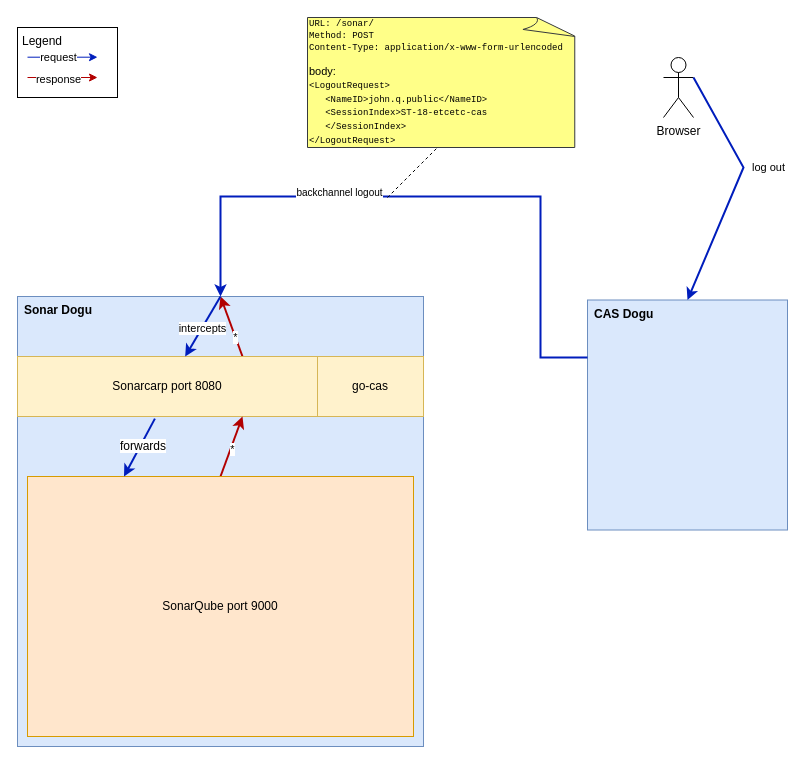
Above: docs/development/images/sonarcarp_and_sonarqube_backchannel_logout.drawio in cloudogu/sonar (draw.io), before the change. Source tidied: cells renumbered, new cells numbered last; positions are measured from the earlier drawing's top-left corner, leaving out a move shared by most shapes. Both pictures are drawn from the tidied source at 100%, with x=0, y=0 at pixel (17, 17).
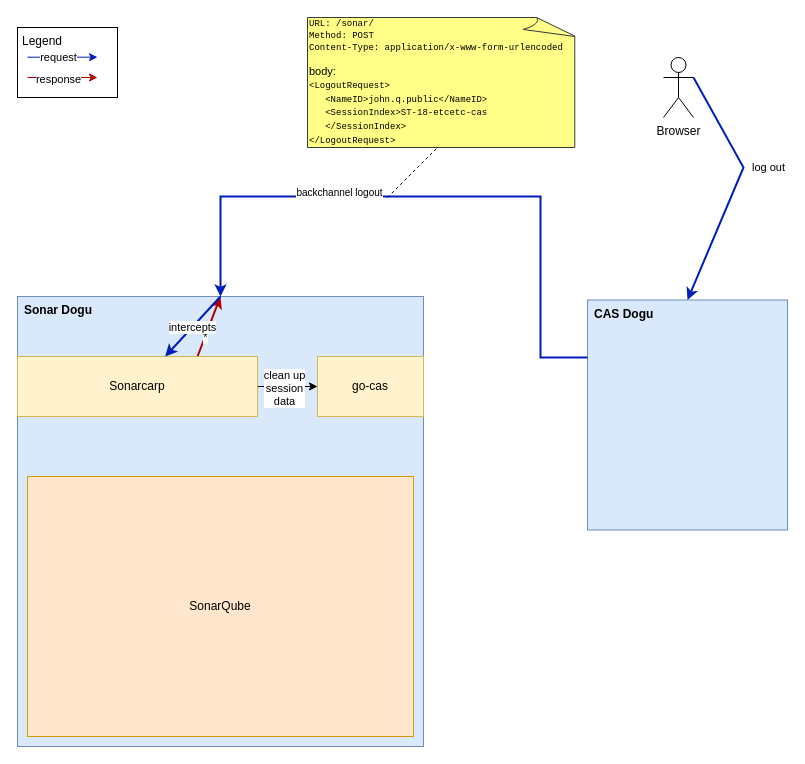
The same diagram, later.

Commit message (it also covers changes not shown here):
#148 Add logout images, update other images

Unchanged cells that the change refers to:
```xml
<mxCell id="9" value="go-cas" style="rounded=0;whiteSpace=wrap;html=1;fillColor=#fff2cc;strokeColor=#d6b656;" parent="1" vertex="1">
  <mxGeometry x="300" y="339" width="106" height="60" as="geometry" />
</mxCell>
```

Diff of the diagram source:
```diff
@@
+    <mxCell id="29" style="edgeStyle=orthogonalEdgeStyle;rounded=0;jettySize=auto;html=1;entryX=0;entryY=0.5;entryDx=0;entryDy=0;" parent="1" edge="1" source="5" target="9">
+      <mxGeometry relative="1" as="geometry" />
+    </mxCell>
+    <mxCell id="30" value="&lt;div&gt;clean up&lt;/div&gt;&lt;div&gt;session&lt;/div&gt;&lt;div&gt;data&lt;/div&gt;" style="edgeLabel;html=1;align=center;verticalAlign=middle;" parent="29" vertex="1">
+      <mxGeometry x="-0.13" y="-1" relative="1" as="geometry" />
+    </mxCell>
-    <mxCell id="5" value="Sonarcarp port 8080" style="rounded=0;whiteSpace=wrap;html=1;fillColor=#fff2cc;strokeColor=#d6b656;" parent="1" vertex="1">
-      <mxGeometry y="339" width="300" height="60" as="geometry" />
+    <mxCell id="5" value="Sonarcarp" style="rounded=0;whiteSpace=wrap;html=1;fillColor=#fff2cc;strokeColor=#d6b656;" parent="1" vertex="1">
+      <mxGeometry y="339" width="240" height="60" as="geometry" />
     </mxCell>
-    <mxCell id="6" style="rounded=0;jettySize=auto;html=1;exitX=0.5;exitY=0;exitDx=0;exitDy=0;entryX=0.75;entryY=1;entryDx=0;entryDy=0;fillColor=#e51400;strokeColor=#B20000;strokeWidth=2;" parent="1" edge="1" source="8" target="5">
-      <mxGeometry relative="1" as="geometry" />
-    </mxCell>
-    <mxCell id="7" value="*" style="edgeLabel;html=1;align=center;verticalAlign=middle;" parent="6" vertex="1">
-      <mxGeometry x="-0.06" y="-1" relative="1" as="geometry" />
-    </mxCell>
-    <mxCell id="8" value="&lt;div&gt;SonarQube port 9000&lt;/div&gt;" style="rounded=0;whiteSpace=wrap;html=1;fillColor=#ffe6cc;strokeColor=#d79b00;" parent="1" vertex="1">
+    <mxCell id="8" value="&lt;div&gt;SonarQube&lt;/div&gt;" style="rounded=0;whiteSpace=wrap;html=1;fillColor=#ffe6cc;strokeColor=#d79b00;" parent="1" vertex="1">
       <mxGeometry x="10" y="459" width="386" height="260" as="geometry" />
     </mxCell>
@@
-    <mxCell id="13" style="group;" parent="1" vertex="1">
-      <mxGeometry x="96" y="414" width="60" height="30" as="geometry" />
-    </mxCell>
-    <mxCell id="14" style="rounded=0;jettySize=auto;html=1;entryX=0.25;entryY=0;entryDx=0;entryDy=0;exitX=0.458;exitY=1.035;exitDx=0;exitDy=0;exitPerimeter=0;fillColor=#0050ef;strokeColor=#001DBC;strokeWidth=2;" parent="13" edge="1" source="5" target="8">
-      <mxGeometry relative="1" as="geometry" />
-    </mxCell>
-    <mxCell id="15" value="&lt;span style=&quot;background-color: rgb(255, 255, 255);&quot;&gt;forwards&lt;/span&gt;" style="text;html=1;align=center;verticalAlign=middle;whiteSpace=wrap;rounded=0;" parent="13" vertex="1">
-      <mxGeometry width="60" height="30" as="geometry" />
-    </mxCell>
```
